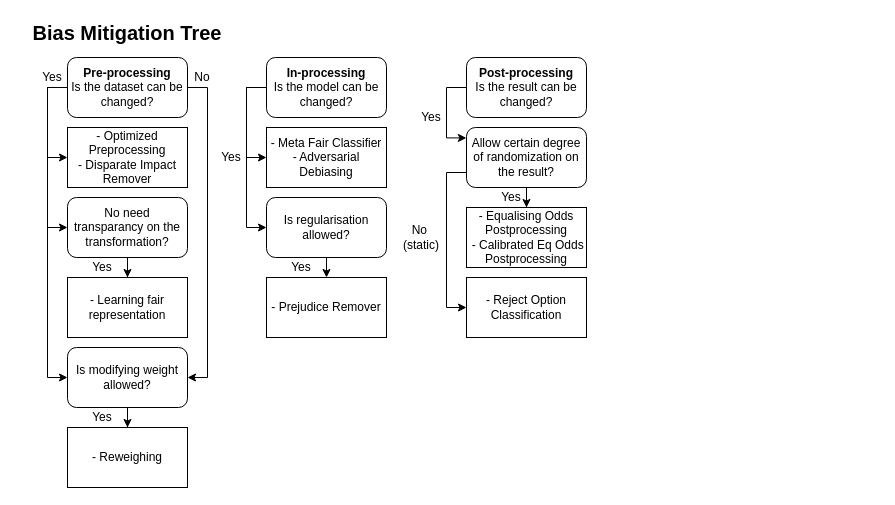
York-and-Maastricht-Data-Science-Group/fairml-journal keeps this draw.io diagram as page "Bias Mitigation" (2 of 4) of figures/decision_tree.drawio. Above is the earlier version. Source tidied: cells renumbered, new cells numbered last; positions are measured from the earlier drawing's top-left corner, leaving out a move shared by most shapes. Both pictures are drawn from the tidied source at 100%, with x=0, y=0 at pixel (17, 17).
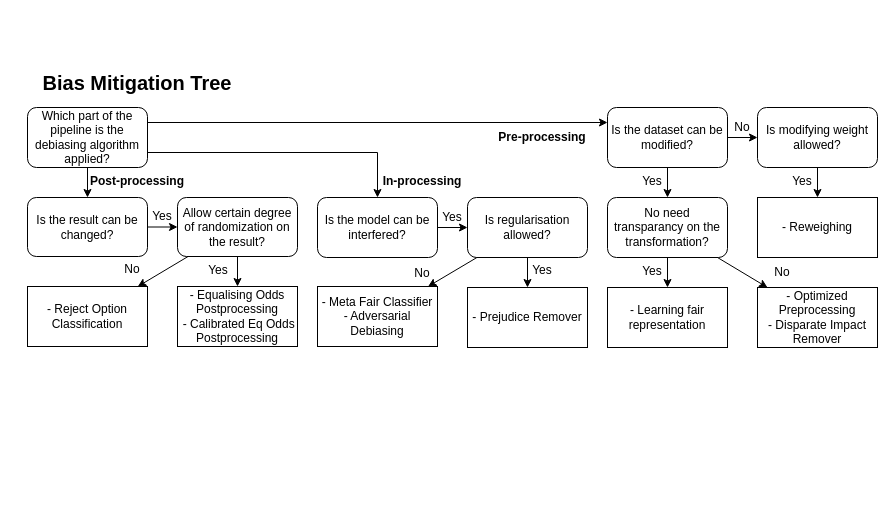
The same diagram, later.

Diff of the diagram source:
```diff
@@
     <mxCell id="2" value="Bias Mitigation Tree" style="text;html=1;strokeColor=none;fillColor=none;align=center;verticalAlign=middle;whiteSpace=wrap;rounded=0;fontStyle=1;fontSize=20;" parent="1" vertex="1">
-      <mxGeometry width="220" height="30" as="geometry" />
+      <mxGeometry x="10" y="50" width="220" height="30" as="geometry" />
     </mxCell>
-    <mxCell id="3" style="edgeStyle=orthogonalEdgeStyle;rounded=0;jettySize=auto;html=1;entryX=0;entryY=0.5;entryDx=0;entryDy=0;exitX=0;exitY=0.5;exitDx=0;exitDy=0;" parent="1" edge="1" source="4" target="7">
-      <mxGeometry relative="1" as="geometry" />
-    </mxCell>
-    <mxCell id="4" value="&lt;b&gt;Pre-processing&lt;/b&gt;&lt;br&gt;Is the dataset can be changed?&lt;br&gt;" style="rounded=1;whiteSpace=wrap;html=1;" parent="1" vertex="1">
-      <mxGeometry x="50" y="40" width="120" height="60" as="geometry" />
+    <mxCell id="4" value="Is the dataset can be modified?" style="rounded=1;whiteSpace=wrap;html=1;" parent="1" vertex="1">
+      <mxGeometry x="590" y="90" width="120" height="60" as="geometry" />
     </mxCell>
-    <mxCell id="5" value="&lt;b&gt;In-processing&lt;/b&gt;&lt;br&gt;Is the model can be changed?" style="rounded=1;whiteSpace=wrap;html=1;" parent="1" vertex="1">
-      <mxGeometry x="249" y="40" width="120" height="60" as="geometry" />
+    <mxCell id="5" value="Is the model can be interfered?" style="rounded=1;whiteSpace=wrap;html=1;" parent="1" vertex="1">
+      <mxGeometry x="300" y="180" width="120" height="60" as="geometry" />
     </mxCell>
-    <mxCell id="6" value="&lt;b&gt;Post-processing&lt;/b&gt;&lt;br&gt;Is the result can be &lt;br&gt;changed?" style="rounded=1;whiteSpace=wrap;html=1;" parent="1" vertex="1">
-      <mxGeometry x="449" y="40" width="120" height="60" as="geometry" />
+    <mxCell id="6" value="Is the result can be &lt;br&gt;changed?" style="rounded=1;whiteSpace=wrap;html=1;" parent="1" vertex="1">
+      <mxGeometry x="10" y="180" width="120" height="59" as="geometry" />
     </mxCell>
     <mxCell id="7" value="&lt;div&gt;- Optimized Preprocessing&lt;/div&gt;&lt;div&gt;&lt;span&gt;- Disparate Impact Remover&lt;/span&gt;&lt;/div&gt;" style="rounded=0;whiteSpace=wrap;html=1;" parent="1" vertex="1">
-      <mxGeometry x="50" y="110" width="120" height="60" as="geometry" />
+      <mxGeometry x="740" y="270" width="120" height="60" as="geometry" />
     </mxCell>
@@
     <mxCell id="9" value="No need transparancy on the transformation?" style="rounded=1;whiteSpace=wrap;html=1;" parent="1" vertex="1">
-      <mxGeometry x="50" y="180" width="120" height="60" as="geometry" />
+      <mxGeometry x="590" y="180" width="120" height="60" as="geometry" />
     </mxCell>
     <mxCell id="10" value="&lt;div&gt;&lt;span style=&quot;font-weight: normal&quot;&gt;- Learning fair representation&lt;/span&gt;&lt;/div&gt;" style="rounded=0;whiteSpace=wrap;html=1;fontStyle=1;" parent="1" vertex="1">
-      <mxGeometry x="50" y="260" width="120" height="60" as="geometry" />
+      <mxGeometry x="590" y="270" width="120" height="60" as="geometry" />
     </mxCell>
-    <mxCell id="11" style="edgeStyle=orthogonalEdgeStyle;rounded=0;jettySize=auto;html=1;entryX=0;entryY=0.5;entryDx=0;entryDy=0;exitX=0;exitY=0.5;exitDx=0;exitDy=0;" parent="1" edge="1" source="4" target="9">
-      <mxGeometry relative="1" as="geometry" />
-    </mxCell>
     <mxCell id="12" value="&lt;div&gt;- Reweighing&lt;/div&gt;" style="rounded=0;whiteSpace=wrap;html=1;" parent="1" vertex="1">
-      <mxGeometry x="50" y="410" width="120" height="60" as="geometry" />
+      <mxGeometry x="740" y="180" width="120" height="60" as="geometry" />
     </mxCell>
@@
     <mxCell id="14" value="Is modifying weight allowed?" style="rounded=1;whiteSpace=wrap;html=1;" parent="1" vertex="1">
-      <mxGeometry x="50" y="330" width="120" height="60" as="geometry" />
+      <mxGeometry x="740" y="90" width="120" height="60" as="geometry" />
     </mxCell>
-    <mxCell id="15" style="edgeStyle=orthogonalEdgeStyle;rounded=0;jettySize=auto;html=1;entryX=0;entryY=0.5;entryDx=0;entryDy=0;exitX=0;exitY=0.5;exitDx=0;exitDy=0;" parent="1" edge="1" source="4" target="14">
-      <mxGeometry relative="1" as="geometry" />
-    </mxCell>
     <mxCell id="16" value="&lt;div&gt;- Meta Fair Classifier&lt;/div&gt;&lt;div&gt;&lt;span&gt;- Adversarial Debiasing&lt;/span&gt;&lt;/div&gt;" style="rounded=0;whiteSpace=wrap;html=1;" parent="1" vertex="1">
-      <mxGeometry x="249" y="110" width="120" height="60" as="geometry" />
+      <mxGeometry x="300" y="269" width="120" height="60" as="geometry" />
     </mxCell>
     <mxCell id="17" value="Yes" style="text;html=1;strokeColor=none;fillColor=none;align=center;verticalAlign=middle;whiteSpace=wrap;rounded=0;" parent="1" vertex="1">
-      <mxGeometry x="20" y="50" width="30" height="20" as="geometry" />
+      <mxGeometry x="770" y="154" width="30" height="20" as="geometry" />
     </mxCell>
     <mxCell id="18" value="Is regularisation allowed?" style="rounded=1;whiteSpace=wrap;html=1;" parent="1" vertex="1">
-      <mxGeometry x="249" y="180" width="120" height="60" as="geometry" />
+      <mxGeometry x="450" y="180" width="120" height="60" as="geometry" />
     </mxCell>
-    <mxCell id="19" style="edgeStyle=orthogonalEdgeStyle;rounded=0;jettySize=auto;html=1;entryX=0;entryY=0.5;entryDx=0;entryDy=0;exitX=0;exitY=0.5;exitDx=0;exitDy=0;" parent="1" edge="1" source="5" target="16">
-      <mxGeometry relative="1" as="geometry" />
-    </mxCell>
     <mxCell id="20" value="&lt;span style=&quot;font-weight: normal&quot;&gt;- Prejudice Remover&lt;/span&gt;" style="rounded=0;whiteSpace=wrap;html=1;fontStyle=1;" parent="1" vertex="1">
-      <mxGeometry x="249" y="260" width="120" height="60" as="geometry" />
+      <mxGeometry x="450" y="270" width="120" height="60" as="geometry" />
     </mxCell>
     <mxCell id="21" value="Yes" style="text;html=1;strokeColor=none;fillColor=none;align=center;verticalAlign=middle;whiteSpace=wrap;rounded=0;" parent="1" vertex="1">
-      <mxGeometry x="70" y="240" width="30" height="20" as="geometry" />
+      <mxGeometry x="620" y="244" width="30" height="20" as="geometry" />
     </mxCell>
     <mxCell id="22" value="Yes" style="text;html=1;strokeColor=none;fillColor=none;align=center;verticalAlign=middle;whiteSpace=wrap;rounded=0;" parent="1" vertex="1">
-      <mxGeometry x="70" y="390" width="30" height="20" as="geometry" />
+      <mxGeometry x="620" y="154" width="30" height="20" as="geometry" />
     </mxCell>
-    <mxCell id="23" style="edgeStyle=orthogonalEdgeStyle;rounded=0;jettySize=auto;html=1;entryX=0;entryY=0.5;entryDx=0;entryDy=0;exitX=0;exitY=0.5;exitDx=0;exitDy=0;" parent="1" edge="1" source="5" target="18">
-      <mxGeometry relative="1" as="geometry" />
-    </mxCell>
@@
     <mxCell id="25" value="Yes" style="text;html=1;strokeColor=none;fillColor=none;align=center;verticalAlign=middle;whiteSpace=wrap;rounded=0;" parent="1" vertex="1">
-      <mxGeometry x="199" y="130" width="30" height="20" as="geometry" />
+      <mxGeometry x="420" y="190" width="30" height="20" as="geometry" />
     </mxCell>
     <mxCell id="26" value="Yes" style="text;html=1;strokeColor=none;fillColor=none;align=center;verticalAlign=middle;whiteSpace=wrap;rounded=0;" parent="1" vertex="1">
-      <mxGeometry x="269" y="240" width="30" height="20" as="geometry" />
+      <mxGeometry x="509.5" y="243" width="30" height="20" as="geometry" />
     </mxCell>
     <mxCell id="27" value="&lt;span style=&quot;font-weight: normal&quot;&gt;-&amp;nbsp;&lt;/span&gt;&lt;span style=&quot;font-weight: 400&quot;&gt;Reject Option Classification&lt;/span&gt;" style="rounded=0;whiteSpace=wrap;html=1;fontStyle=1;" parent="1" vertex="1">
-      <mxGeometry x="449" y="260" width="120" height="60" as="geometry" />
+      <mxGeometry x="10" y="269" width="120" height="60" as="geometry" />
     </mxCell>
     <mxCell id="28" value="Yes" style="text;html=1;strokeColor=none;fillColor=none;align=center;verticalAlign=middle;whiteSpace=wrap;rounded=0;" parent="1" vertex="1">
-      <mxGeometry x="399" y="90" width="30" height="20" as="geometry" />
+      <mxGeometry x="130" y="189" width="30" height="20" as="geometry" />
     </mxCell>
-    <mxCell id="29" style="edgeStyle=orthogonalEdgeStyle;rounded=0;jettySize=auto;html=1;entryX=-0.001;entryY=0.174;entryDx=0;entryDy=0;exitX=0;exitY=0.5;exitDx=0;exitDy=0;entryPerimeter=0;" parent="1" edge="1" source="6" target="32">
-      <mxGeometry relative="1" as="geometry">
-        <Array as="points">
-          <mxPoint x="429" y="70" />
-          <mxPoint x="429" y="120" />
-          <mxPoint x="449" y="120" />
-        </Array>
-      </mxGeometry>
-    </mxCell>
     <mxCell id="30" value="&lt;div&gt;- Equalising Odds Postprocessing&lt;/div&gt;&lt;div&gt;&lt;span&gt;&amp;nbsp;- Calibrated Eq Odds Postprocessing&lt;/span&gt;&lt;/div&gt;" style="rounded=0;whiteSpace=wrap;html=1;" parent="1" vertex="1">
-      <mxGeometry x="449" y="190" width="120" height="60" as="geometry" />
+      <mxGeometry x="160" y="269" width="120" height="60" as="geometry" />
     </mxCell>
@@
     <mxCell id="32" value="Allow certain degree of randomization on the result?" style="rounded=1;whiteSpace=wrap;html=1;" parent="1" vertex="1">
-      <mxGeometry x="449" y="110" width="120" height="60" as="geometry" />
+      <mxGeometry x="160" y="180" width="120" height="59" as="geometry" />
     </mxCell>
     <mxCell id="33" value="Yes" style="text;html=1;strokeColor=none;fillColor=none;align=center;verticalAlign=middle;whiteSpace=wrap;rounded=0;" parent="1" vertex="1">
-      <mxGeometry x="479" y="170" width="30" height="20" as="geometry" />
+      <mxGeometry x="186" y="243" width="30" height="20" as="geometry" />
     </mxCell>
+    <mxCell id="37" value="No" style="text;html=1;strokeColor=none;fillColor=none;align=center;verticalAlign=middle;whiteSpace=wrap;rounded=0;" parent="1" vertex="1">
+      <mxGeometry x="710" y="100" width="30" height="20" as="geometry" />
+    </mxCell>
+    <mxCell id="29" style="endArrow=classic;html=1;rounded=0;" parent="1" edge="1" source="6" target="32">
+      <mxGeometry relative="1" as="geometry" />
+    </mxCell>
-    <mxCell id="34" style="edgeStyle=orthogonalEdgeStyle;rounded=0;jettySize=auto;html=1;exitX=0;exitY=0.75;exitDx=0;exitDy=0;entryX=0;entryY=0.5;entryDx=0;entryDy=0;" parent="1" edge="1" source="32" target="27">
-      <mxGeometry relative="1" as="geometry">
-        <Array as="points">
-          <mxPoint x="429" y="155" />
-          <mxPoint x="429" y="290" />
-        </Array>
-      </mxGeometry>
+    <mxCell id="34" style="endArrow=classic;html=1;rounded=0;" parent="1" edge="1" source="32" target="27">
+      <mxGeometry relative="1" as="geometry" />
     </mxCell>
-    <mxCell id="35" value="No&amp;nbsp;&lt;br&gt;(static)" style="text;html=1;strokeColor=none;fillColor=none;align=center;verticalAlign=middle;whiteSpace=wrap;rounded=0;" parent="1" vertex="1">
-      <mxGeometry x="389" y="210" width="30" height="20" as="geometry" />
-    </mxCell>
-    <mxCell id="36" style="edgeStyle=orthogonalEdgeStyle;rounded=0;jettySize=auto;html=1;entryX=1;entryY=0.5;entryDx=0;entryDy=0;exitX=1;exitY=0.5;exitDx=0;exitDy=0;" parent="1" edge="1" source="4" target="14">
-      <mxGeometry relative="1" as="geometry" />
-    </mxCell>
-    <mxCell id="37" value="No" style="text;html=1;strokeColor=none;fillColor=none;align=center;verticalAlign=middle;whiteSpace=wrap;rounded=0;" parent="1" vertex="1">
-      <mxGeometry x="170" y="50" width="30" height="20" as="geometry" />
-    </mxCell>
+    <mxCell id="38" value="No" style="text;html=1;strokeColor=none;fillColor=none;align=center;verticalAlign=middle;whiteSpace=wrap;rounded=0;" parent="1" vertex="1">
+      <mxGeometry x="100" y="242" width="30" height="20" as="geometry" />
+    </mxCell>
+    <mxCell id="23" style="endArrow=classic;html=1;rounded=0;" parent="1" edge="1" source="5" target="18">
+      <mxGeometry relative="1" as="geometry" />
+    </mxCell>
+    <mxCell id="39" style="endArrow=classic;html=1;rounded=0;" parent="1" edge="1" source="18" target="16">
+      <mxGeometry relative="1" as="geometry" />
+    </mxCell>
+    <mxCell id="40" value="No" style="text;html=1;strokeColor=none;fillColor=none;align=center;verticalAlign=middle;whiteSpace=wrap;rounded=0;" parent="1" vertex="1">
+      <mxGeometry x="390" y="246" width="30" height="20" as="geometry" />
+    </mxCell>
+    <mxCell id="41" style="endArrow=classic;html=1;rounded=0;" parent="1" edge="1" source="4" target="14">
+      <mxGeometry relative="1" as="geometry" />
+    </mxCell>
+    <mxCell id="11" style="endArrow=classic;html=1;rounded=0;" parent="1" edge="1" source="4" target="9">
+      <mxGeometry relative="1" as="geometry" />
+    </mxCell>
+    <mxCell id="42" style="endArrow=classic;html=1;rounded=0;" parent="1" edge="1" source="9" target="7">
+      <mxGeometry relative="1" as="geometry" />
+    </mxCell>
+    <mxCell id="43" value="No" style="text;html=1;strokeColor=none;fillColor=none;align=center;verticalAlign=middle;whiteSpace=wrap;rounded=0;" parent="1" vertex="1">
+      <mxGeometry x="750" y="245" width="30" height="20" as="geometry" />
+    </mxCell>
+    <mxCell id="44" value="Which part of the pipeline is the debiasing algorithm applied?" style="rounded=1;whiteSpace=wrap;html=1;" parent="1" vertex="1">
+      <mxGeometry x="10" y="90" width="120" height="60" as="geometry" />
+    </mxCell>
+    <mxCell id="45" style="endArrow=classic;html=1;rounded=0;" parent="1" edge="1" source="44" target="6">
+      <mxGeometry relative="1" as="geometry" />
+    </mxCell>
+    <mxCell id="46" style="endArrow=classic;html=1;rounded=0;entryX=0;entryY=0.25;entryDx=0;entryDy=0;exitX=1;exitY=0.25;exitDx=0;exitDy=0;" parent="1" edge="1" source="44" target="4">
+      <mxGeometry relative="1" as="geometry" />
+    </mxCell>
+    <mxCell id="47" style="endArrow=classic;html=1;rounded=0;entryX=0.5;entryY=0;entryDx=0;entryDy=0;exitX=1;exitY=0.75;exitDx=0;exitDy=0;" parent="1" edge="1" source="44" target="5">
+      <mxGeometry relative="1" as="geometry">
+        <Array as="points">
+          <mxPoint x="360" y="135" />
+        </Array>
+      </mxGeometry>
+    </mxCell>
+    <mxCell id="48" value="Pre-processing" style="text;html=1;strokeColor=none;fillColor=none;align=center;verticalAlign=middle;whiteSpace=wrap;rounded=0;fontStyle=1;" parent="1" vertex="1">
+      <mxGeometry x="480" y="110" width="90" height="20" as="geometry" />
+    </mxCell>
+    <mxCell id="49" value="Post-processing" style="text;html=1;strokeColor=none;fillColor=none;align=center;verticalAlign=middle;whiteSpace=wrap;rounded=0;fontStyle=1;" parent="1" vertex="1">
+      <mxGeometry x="70" y="154" width="100" height="20" as="geometry" />
+    </mxCell>
+    <mxCell id="50" value="In-processing" style="text;html=1;strokeColor=none;fillColor=none;align=center;verticalAlign=middle;whiteSpace=wrap;rounded=0;fontStyle=1;" parent="1" vertex="1">
+      <mxGeometry x="350" y="154" width="110" height="20" as="geometry" />
+    </mxCell>
```
